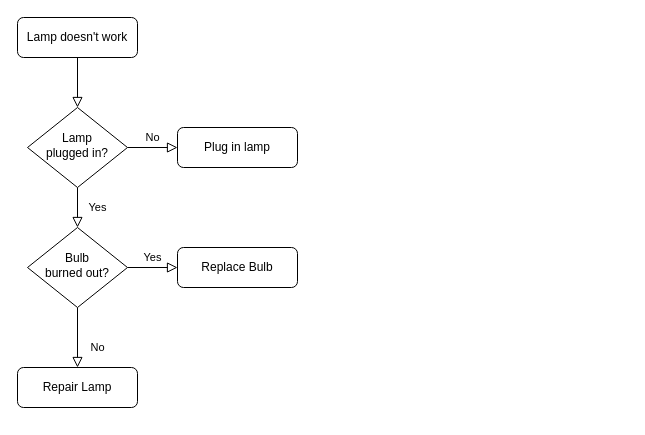
This is Диаграмма без названия.drawio from playoffthecuff/diagrams, a draw.io file, before an edit. Source tidied: cells renumbered, new cells numbered last; positions are measured from the earlier drawing's top-left corner, leaving out a move shared by most shapes. Both pictures are drawn from the tidied source at 100%, with x=0, y=0 at pixel (17, 17).
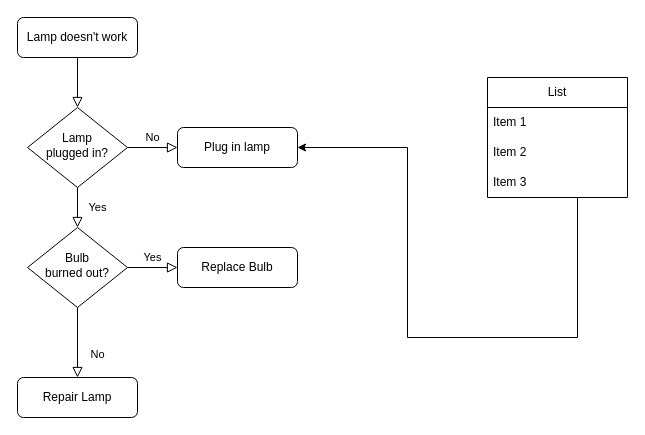
The same page after the edit.

What changed in the source:
```diff
@@
 <mxGraphModel>
   <root>
     <mxCell id="0" />
     <mxCell id="1" parent="0" />
     <mxCell id="2" style="rounded=0;html=1;jettySize=auto;fontSize=11;endArrow=block;endFill=0;endSize=8;strokeWidth=1;shadow=0;labelBackgroundColor=none;edgeStyle=orthogonalEdgeStyle;" parent="1" edge="1" source="3" target="6">
       <mxGeometry relative="1" as="geometry" />
     </mxCell>
     <mxCell id="3" value="Lamp doesn't work" style="rounded=1;whiteSpace=wrap;html=1;fontSize=12;glass=0;strokeWidth=1;shadow=0;" parent="1" vertex="1">
       <mxGeometry width="120" height="40" as="geometry" />
     </mxCell>
     <mxCell id="4" value="Yes" style="rounded=0;html=1;jettySize=auto;fontSize=11;endArrow=block;endFill=0;endSize=8;strokeWidth=1;shadow=0;labelBackgroundColor=none;edgeStyle=orthogonalEdgeStyle;" parent="1" edge="1" source="6" target="10">
       <mxGeometry y="20" relative="1" as="geometry" />
     </mxCell>
     <mxCell id="5" value="No" style="edgeStyle=orthogonalEdgeStyle;rounded=0;html=1;jettySize=auto;fontSize=11;endArrow=block;endFill=0;endSize=8;strokeWidth=1;shadow=0;labelBackgroundColor=none;" parent="1" edge="1" source="6" target="7">
       <mxGeometry y="10" relative="1" as="geometry" />
     </mxCell>
     <mxCell id="6" value="Lamp&lt;br&gt;plugged in?" style="rhombus;whiteSpace=wrap;html=1;shadow=0;fontFamily=Helvetica;fontSize=12;align=center;strokeWidth=1;spacing=6;spacingTop=-4;" parent="1" vertex="1">
       <mxGeometry x="10" y="90" width="100" height="80" as="geometry" />
     </mxCell>
     <mxCell id="7" value="Plug in lamp" style="rounded=1;whiteSpace=wrap;html=1;fontSize=12;glass=0;strokeWidth=1;shadow=0;" parent="1" vertex="1">
       <mxGeometry x="160" y="110" width="120" height="40" as="geometry" />
     </mxCell>
     <mxCell id="8" value="No" style="rounded=0;html=1;jettySize=auto;fontSize=11;endArrow=block;endFill=0;endSize=8;strokeWidth=1;shadow=0;labelBackgroundColor=none;edgeStyle=orthogonalEdgeStyle;" parent="1" edge="1" source="10" target="11">
       <mxGeometry x="0.33" y="20" relative="1" as="geometry" />
     </mxCell>
     <mxCell id="9" value="Yes" style="edgeStyle=orthogonalEdgeStyle;rounded=0;html=1;jettySize=auto;fontSize=11;endArrow=block;endFill=0;endSize=8;strokeWidth=1;shadow=0;labelBackgroundColor=none;" parent="1" edge="1" source="10" target="12">
       <mxGeometry y="10" relative="1" as="geometry" />
     </mxCell>
     <mxCell id="10" value="Bulb&lt;br&gt;burned out?" style="rhombus;whiteSpace=wrap;html=1;shadow=0;fontFamily=Helvetica;fontSize=12;align=center;strokeWidth=1;spacing=6;spacingTop=-4;" parent="1" vertex="1">
       <mxGeometry x="10" y="210" width="100" height="80" as="geometry" />
     </mxCell>
     <mxCell id="11" value="Repair Lamp" style="rounded=1;whiteSpace=wrap;html=1;fontSize=12;glass=0;strokeWidth=1;shadow=0;" parent="1" vertex="1">
-      <mxGeometry y="350" width="120" height="40" as="geometry" />
+      <mxGeometry y="360" width="120" height="40" as="geometry" />
     </mxCell>
     <mxCell id="12" value="Replace Bulb" style="rounded=1;whiteSpace=wrap;html=1;fontSize=12;glass=0;strokeWidth=1;shadow=0;" parent="1" vertex="1">
       <mxGeometry x="160" y="230" width="120" height="40" as="geometry" />
     </mxCell>
+    <mxCell id="13" style="edgeStyle=orthogonalEdgeStyle;rounded=0;jettySize=auto;html=1;entryX=1;entryY=0.5;entryDx=0;entryDy=0;" parent="1" edge="1" source="14" target="7">
+      <mxGeometry relative="1" as="geometry">
+        <Array as="points">
+          <mxPoint x="560" y="320" />
+          <mxPoint x="390" y="320" />
+          <mxPoint x="390" y="130" />
+        </Array>
+      </mxGeometry>
+    </mxCell>
+    <mxCell id="14" value="List" style="swimlane;fontStyle=0;horizontal=1;startSize=30;whiteSpace=wrap;html=1;" parent="1" vertex="1">
+      <mxGeometry x="470" y="60" width="140" height="120" as="geometry" />
+    </mxCell>
+    <mxCell id="15" value="Item 1" style="text;strokeColor=none;fillColor=none;align=left;verticalAlign=middle;spacingLeft=4;spacingRight=4;overflow=hidden;whiteSpace=wrap;html=1;" parent="14" vertex="1">
+      <mxGeometry y="30" width="140" height="30" as="geometry" />
+    </mxCell>
+    <mxCell id="16" value="Item 2" style="text;strokeColor=none;fillColor=none;align=left;verticalAlign=middle;spacingLeft=4;spacingRight=4;overflow=hidden;whiteSpace=wrap;html=1;" parent="14" vertex="1">
+      <mxGeometry y="60" width="140" height="30" as="geometry" />
+    </mxCell>
+    <mxCell id="17" value="Item 3" style="text;strokeColor=none;fillColor=none;align=left;verticalAlign=middle;spacingLeft=4;spacingRight=4;overflow=hidden;whiteSpace=wrap;html=1;" parent="14" vertex="1">
+      <mxGeometry y="90" width="140" height="30" as="geometry" />
+    </mxCell>
   </root>
 </mxGraphModel>
```
